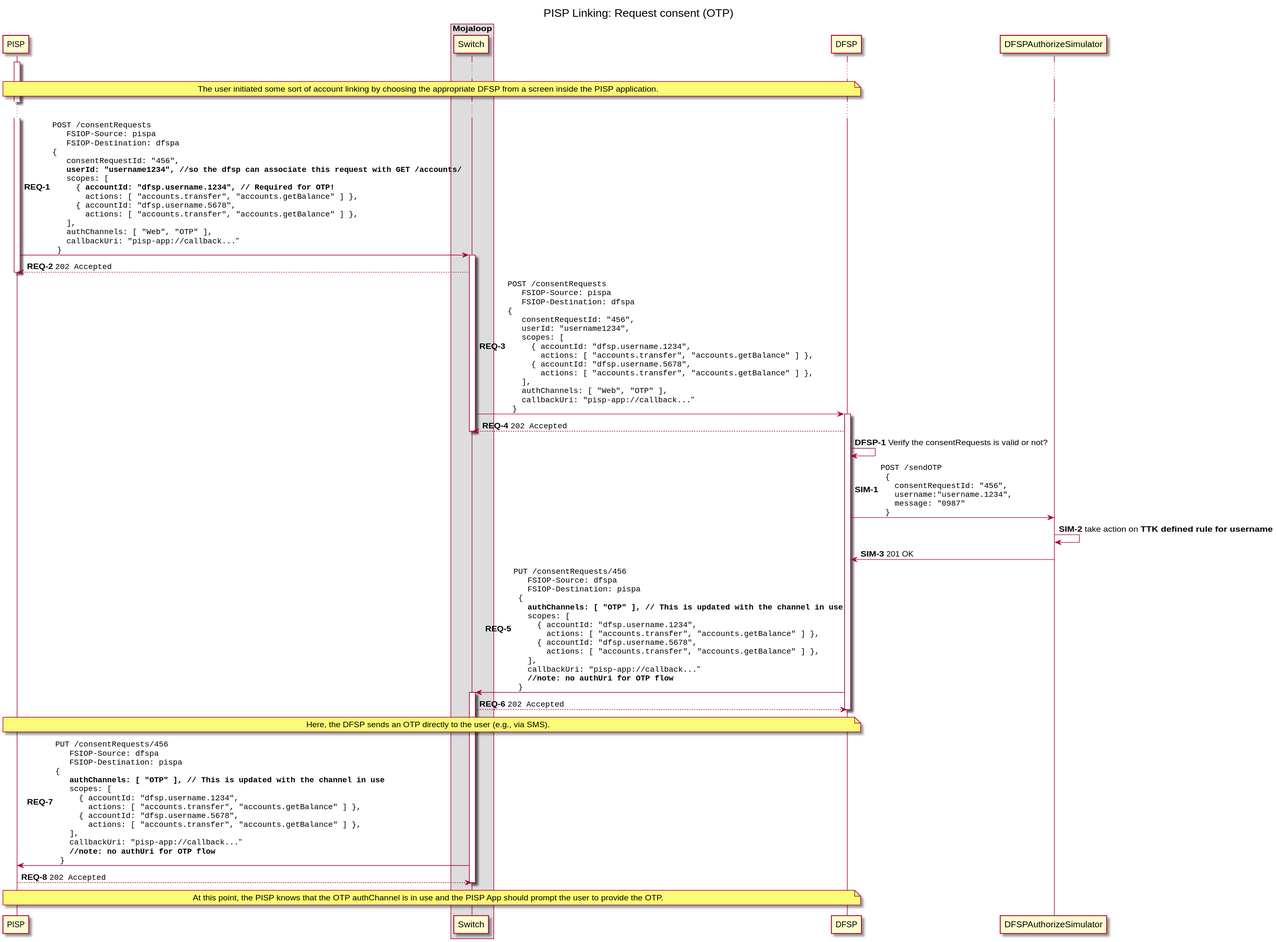
Above: docs/out/linking/2-request-consent-otp.svg in mojaloop/pisp-project (PlantUML), before the change. Its source is kept beside it as docs/linking/2-request-consent-otp.puml.
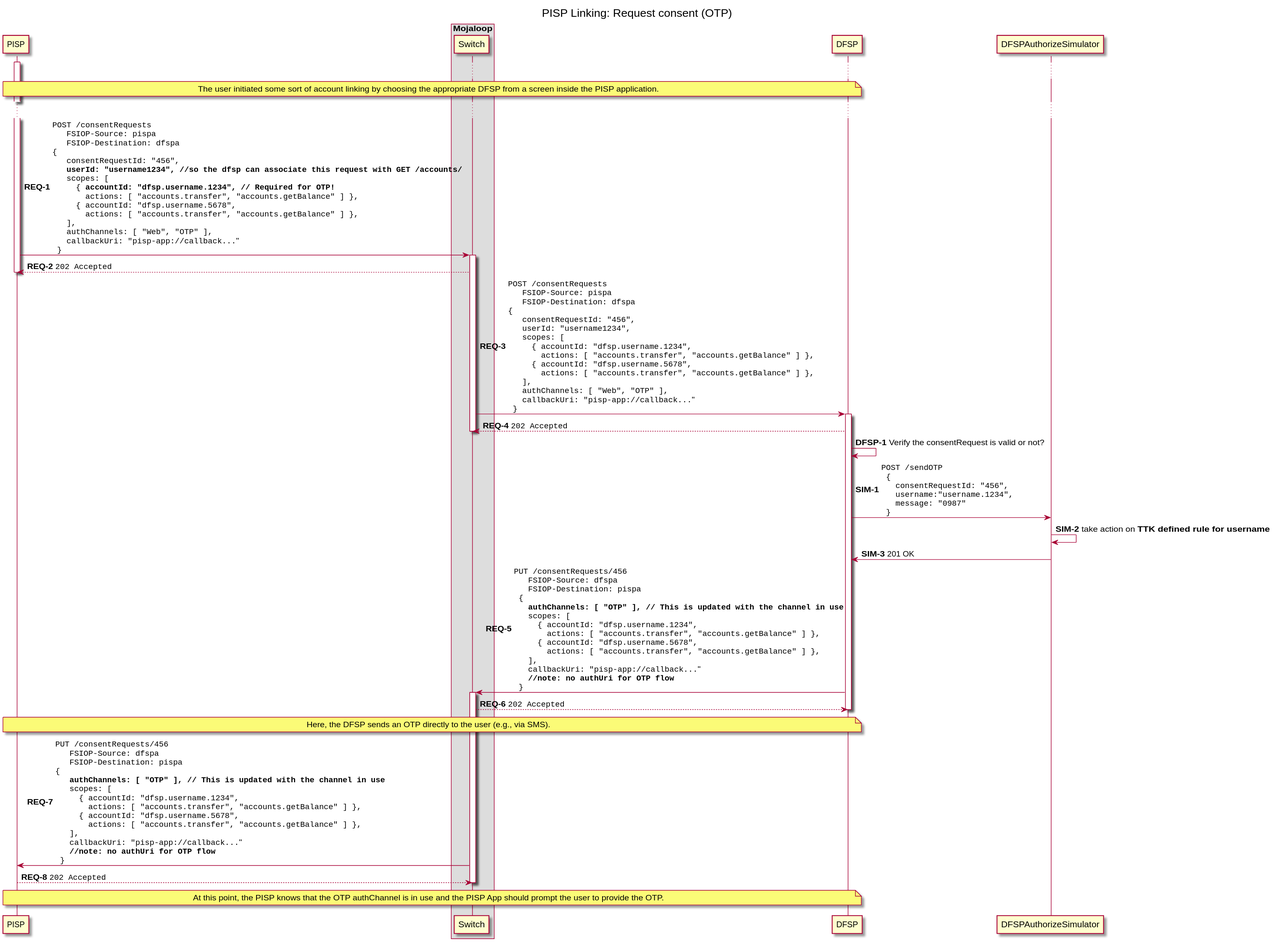
Later version of the same file.

Diff of the diagram source:
```diff
@@ -61,7 +61,7 @@
 
 autonumber 1 "<b>DFSP-#</b>"
 
-DFSP -> DFSP: Verify the consentRequests is valid or not?
+DFSP -> DFSP: Verify the consentRequest is valid or not?
 autonumber 1 "<b>SIM-#</b>"
 
 DFSP -> DFSPAuthorizeSimulator : ""POST /sendOTP""\n\
```
